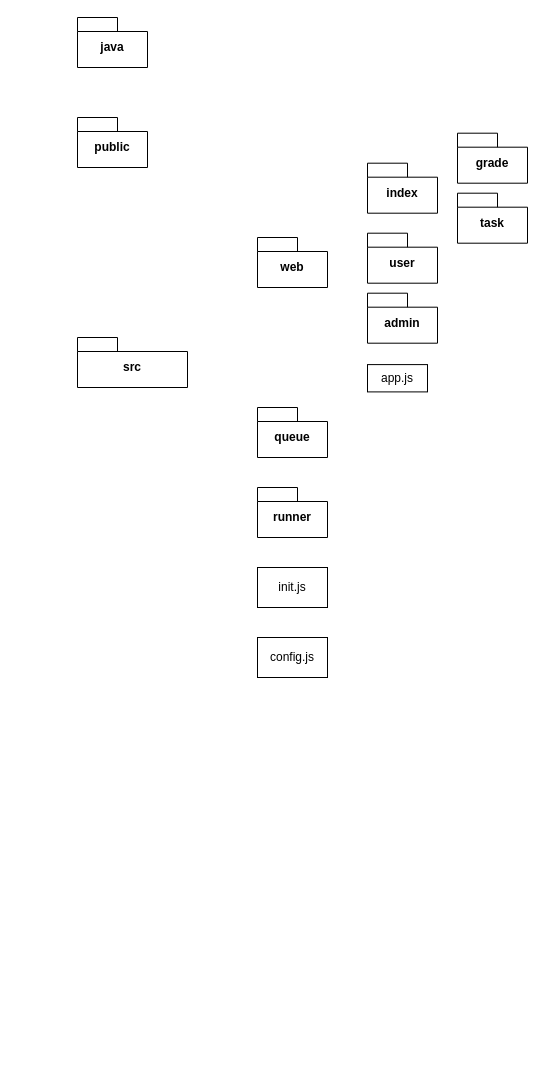
The draw.io diagram docs/diagrams/app.drawio in Plebicek/CodeTester, before the edit. Source tidied: cells renumbered, new cells numbered last; positions are measured from the earlier drawing's top-left corner, leaving out a move shared by most shapes. Both pictures are drawn from the tidied source at 100%, with x=0, y=0 at pixel (77, 17).
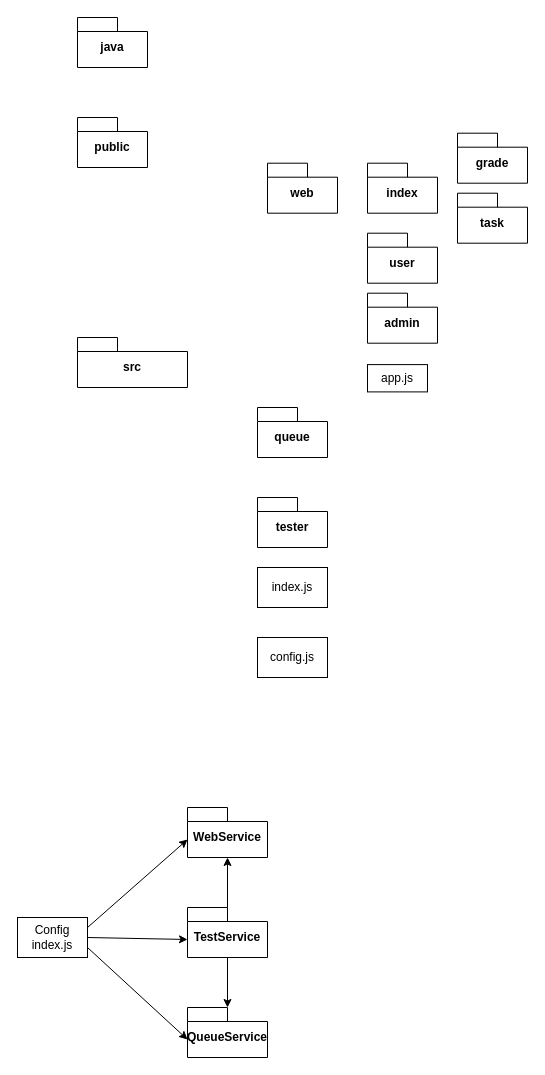
The same page after the edit.

Commit message (it also covers changes not shown here):
WebService, QueueService/queue init

Change to the diagram source:
```diff
@@
     <mxCell id="3" value="web" style="shape=folder;fontStyle=1;spacingTop=10;tabWidth=40;tabHeight=14;tabPosition=left;html=1;whiteSpace=wrap;" parent="1" vertex="1">
-      <mxGeometry x="180" y="220" width="70" height="50" as="geometry" />
+      <mxGeometry x="190" y="145.7" width="70" height="50" as="geometry" />
     </mxCell>
+    <mxCell id="16" style="rounded=0;jettySize=auto;html=1;exitX=1;exitY=0.5;exitDx=0;exitDy=0;entryX=0;entryY=0;entryDx=0;entryDy=32;entryPerimeter=0;" parent="1" edge="1" source="17" target="4">
+      <mxGeometry relative="1" as="geometry" />
+    </mxCell>
-    <mxCell id="4" value="runner" style="shape=folder;fontStyle=1;spacingTop=10;tabWidth=40;tabHeight=14;tabPosition=left;html=1;whiteSpace=wrap;" parent="1" vertex="1">
-      <mxGeometry x="180" y="470" width="70" height="50" as="geometry" />
+    <mxCell id="4" value="TestService" style="shape=folder;fontStyle=1;spacingTop=10;tabWidth=40;tabHeight=14;tabPosition=left;html=1;whiteSpace=wrap;" parent="1" vertex="1">
+      <mxGeometry x="110" y="890" width="80" height="50" as="geometry" />
     </mxCell>
@@
-    <mxCell id="6" value="init.js" style="html=1;whiteSpace=wrap;" parent="1" vertex="1">
+    <mxCell id="6" value="index.js" style="html=1;whiteSpace=wrap;" parent="1" vertex="1">
       <mxGeometry x="180" y="550" width="70" height="40" as="geometry" />
     </mxCell>
@@
+    <mxCell id="17" value="Config&lt;div&gt;index.js&lt;/div&gt;" style="html=1;whiteSpace=wrap;" parent="1" vertex="1">
+      <mxGeometry x="-60" y="900" width="70" height="40" as="geometry" />
+    </mxCell>
+    <mxCell id="18" value="WebService" style="shape=folder;fontStyle=1;spacingTop=10;tabWidth=40;tabHeight=14;tabPosition=left;html=1;whiteSpace=wrap;" parent="1" vertex="1">
+      <mxGeometry x="110" y="790" width="80" height="50" as="geometry" />
+    </mxCell>
+    <mxCell id="19" value="tester" style="shape=folder;fontStyle=1;spacingTop=10;tabWidth=40;tabHeight=14;tabPosition=left;html=1;whiteSpace=wrap;" parent="1" vertex="1">
+      <mxGeometry x="180" y="480" width="70" height="50" as="geometry" />
+    </mxCell>
+    <mxCell id="20" style="rounded=0;jettySize=auto;html=1;exitX=0;exitY=0;exitDx=0;exitDy=32;exitPerimeter=0;entryX=0;entryY=0;entryDx=0;entryDy=32;entryPerimeter=0;" parent="1" edge="1" target="21">
+      <mxGeometry relative="1" as="geometry">
+        <mxPoint x="10" y="930" as="sourcePoint" />
+      </mxGeometry>
+    </mxCell>
+    <mxCell id="21" value="QueueService" style="shape=folder;fontStyle=1;spacingTop=10;tabWidth=40;tabHeight=14;tabPosition=left;html=1;whiteSpace=wrap;" parent="1" vertex="1">
+      <mxGeometry x="110" y="990" width="80" height="50" as="geometry" />
+    </mxCell>
+    <mxCell id="22" style="edgeStyle=orthogonalEdgeStyle;rounded=0;jettySize=auto;html=1;exitX=0;exitY=0;exitDx=40;exitDy=0;exitPerimeter=0;entryX=0.5;entryY=1;entryDx=0;entryDy=0;entryPerimeter=0;" parent="1" edge="1" source="4" target="18">
+      <mxGeometry relative="1" as="geometry" />
+    </mxCell>
+    <mxCell id="23" style="edgeStyle=orthogonalEdgeStyle;rounded=0;jettySize=auto;html=1;exitX=0.5;exitY=1;exitDx=0;exitDy=0;exitPerimeter=0;entryX=0;entryY=0;entryDx=40;entryDy=0;entryPerimeter=0;" parent="1" edge="1" source="4" target="21">
+      <mxGeometry relative="1" as="geometry" />
+    </mxCell>
+    <mxCell id="24" style="rounded=0;jettySize=auto;html=1;exitX=1;exitY=0.25;exitDx=0;exitDy=0;entryX=0;entryY=0;entryDx=0;entryDy=32;entryPerimeter=0;" parent="1" edge="1" source="17" target="18">
+      <mxGeometry relative="1" as="geometry" />
+    </mxCell>
```
